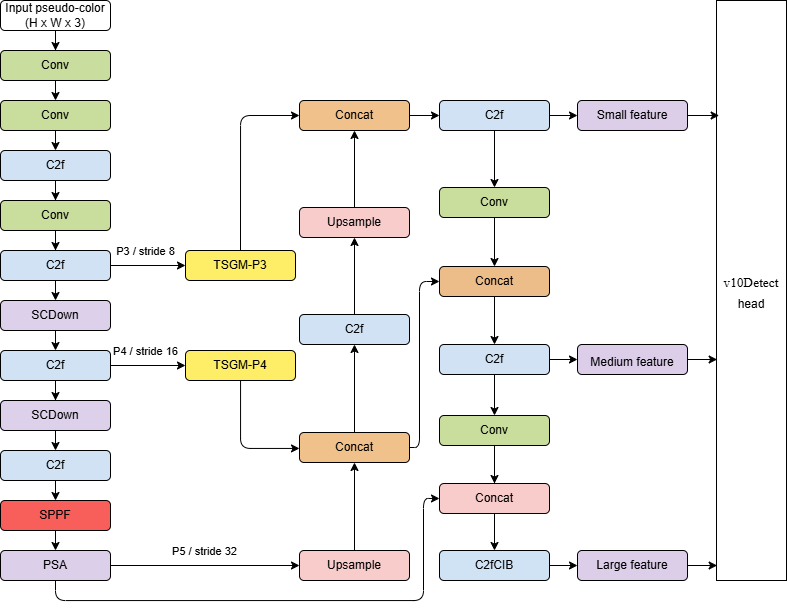
Before: 未命名绘图.drawio.png, a diagram exported from draw.io (258318/text). Source tidied: cells renumbered, new cells last; positions are measured from the earlier drawing's top-left corner, leaving out a move shared by most shapes.
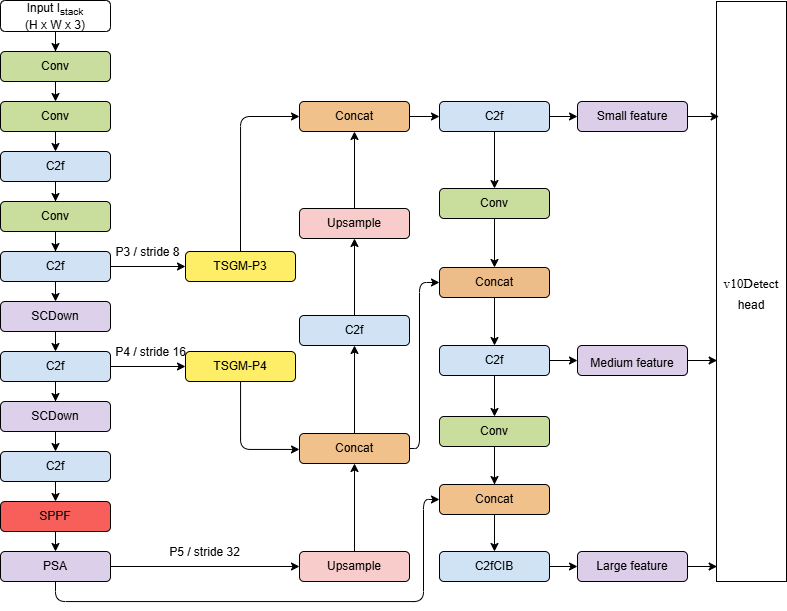
After the commit.

Commit message:
更新未命名绘图.drawio.png

The edit, as a diff of the source:
```diff
@@ -5,8 +5,8 @@
     <mxCell id="2" style="edgeStyle=orthogonalEdgeStyle;rounded=0;jettySize=auto;html=1;exitX=0.5;exitY=1;exitDx=0;exitDy=0;" parent="1" edge="1" source="3" target="5">
       <mxGeometry relative="1" as="geometry" />
     </mxCell>
-    <mxCell id="3" value="&lt;font face=&quot;Helvetica&quot;&gt;Input pseudo-color&lt;/font&gt;&lt;div&gt;&lt;font face=&quot;Helvetica&quot;&gt;(H x W x 3)&lt;/font&gt;&lt;/div&gt;" style="rounded=1;whiteSpace=wrap;html=1;" parent="1" vertex="1">
-      <mxGeometry width="110" height="30" as="geometry" />
+    <mxCell id="3" value="&lt;font face=&quot;Helvetica&quot;&gt;Input&amp;nbsp;I&lt;sub&gt;stack&lt;/sub&gt;&lt;/font&gt;&lt;div&gt;&lt;font face=&quot;Helvetica&quot;&gt;(H x W x 3)&lt;/font&gt;&lt;/div&gt;" style="rounded=1;whiteSpace=wrap;html=1;" parent="1" vertex="1">
+      <mxGeometry y="-1" width="110" height="31" as="geometry" />
     </mxCell>
     <mxCell id="4" style="edgeStyle=orthogonalEdgeStyle;rounded=0;jettySize=auto;html=1;exitX=0.5;exitY=1;exitDx=0;exitDy=0;entryX=0.5;entryY=0;entryDx=0;entryDy=0;" parent="1" edge="1" source="5" target="7">
       <mxGeometry relative="1" as="geometry" />
@@ -32,9 +32,9 @@
     <mxCell id="11" style="edgeStyle=orthogonalEdgeStyle;rounded=0;jettySize=auto;html=1;" parent="1" edge="1" source="13" target="33">
       <mxGeometry relative="1" as="geometry" />
     </mxCell>
-    <mxCell id="12" value="P3 / stride 8" style="edgeLabel;html=1;align=center;verticalAlign=middle;" parent="11" vertex="1">
+    <mxCell id="12" value="&lt;font style=&quot;font-size: 12px;&quot;&gt;P3 / stride 8&lt;/font&gt;" style="edgeLabel;html=1;align=center;verticalAlign=middle;" parent="11" vertex="1">
       <mxGeometry x="-0.09" relative="1" as="geometry">
-        <mxPoint y="-15" as="offset" />
+        <mxPoint x="2" y="-15" as="offset" />
       </mxGeometry>
     </mxCell>
     <mxCell id="13" value="C2f" style="rounded=1;whiteSpace=wrap;html=1;strokeColor=default;align=center;verticalAlign=middle;fontFamily=Helvetica;fontSize=12;fontColor=default;fillColor=light-dark(#d0e2f3, #ededed);" parent="1" vertex="1">
@@ -64,9 +64,9 @@
     <mxCell id="21" style="edgeStyle=orthogonalEdgeStyle;rounded=0;jettySize=auto;html=1;" parent="1" edge="1" source="23" target="36">
       <mxGeometry relative="1" as="geometry" />
     </mxCell>
-    <mxCell id="22" value="P4 / stride 16" style="edgeLabel;html=1;align=center;verticalAlign=middle;" parent="21" vertex="1">
+    <mxCell id="22" value="&lt;font style=&quot;font-size: 12px;&quot;&gt;P4 / stride 16&lt;/font&gt;" style="edgeLabel;html=1;align=center;verticalAlign=middle;" parent="21" vertex="1">
       <mxGeometry x="-0.09" y="-1" relative="1" as="geometry">
-        <mxPoint y="-16" as="offset" />
+        <mxPoint x="5" y="-16" as="offset" />
       </mxGeometry>
     </mxCell>
     <mxCell id="23" value="C2f" style="rounded=1;whiteSpace=wrap;html=1;strokeColor=default;align=center;verticalAlign=middle;fontFamily=Helvetica;fontSize=12;fontColor=default;fillColor=light-dark(#d0e2f3, #ededed);" parent="1" vertex="1">
@@ -87,7 +87,7 @@
     <mxCell id="28" style="edgeStyle=orthogonalEdgeStyle;rounded=0;jettySize=auto;html=1;" parent="1" edge="1" source="31" target="38">
       <mxGeometry relative="1" as="geometry" />
     </mxCell>
-    <mxCell id="29" value="P5 / stride 32" style="edgeLabel;html=1;align=center;verticalAlign=middle;" parent="28" vertex="1">
+    <mxCell id="29" value="&lt;font style=&quot;font-size: 12px;&quot;&gt;P5 / stride 32&lt;/font&gt;" style="edgeLabel;html=1;align=center;verticalAlign=middle;" parent="28" vertex="1">
       <mxGeometry x="-0.01" relative="1" as="geometry">
         <mxPoint y="-15" as="offset" />
       </mxGeometry>
@@ -202,7 +202,7 @@
     <mxCell id="59" value="Conv" style="rounded=1;whiteSpace=wrap;html=1;strokeColor=default;align=center;verticalAlign=middle;fontFamily=Helvetica;fontSize=12;fontColor=default;fillColor=light-dark(#c9de9d, #ededed);" parent="1" vertex="1">
       <mxGeometry x="439" y="415" width="110" height="30" as="geometry" />
     </mxCell>
-    <mxCell id="60" value="Concat" style="rounded=1;whiteSpace=wrap;html=1;strokeColor=default;align=center;verticalAlign=middle;fontFamily=Helvetica;fontSize=12;fontColor=default;fillColor=light-dark(#f8cccb, #ededed);" parent="1" vertex="1">
+    <mxCell id="60" value="Concat" style="rounded=1;whiteSpace=wrap;html=1;strokeColor=default;align=center;verticalAlign=middle;fontFamily=Helvetica;fontSize=12;fontColor=default;fillColor=light-dark(#f1c18c, #ededed);" parent="1" vertex="1">
       <mxGeometry x="439" y="483" width="110" height="30" as="geometry" />
     </mxCell>
     <mxCell id="61" style="edgeStyle=orthogonalEdgeStyle;rounded=0;jettySize=auto;html=1;" parent="1" edge="1" source="62" target="68">
```
